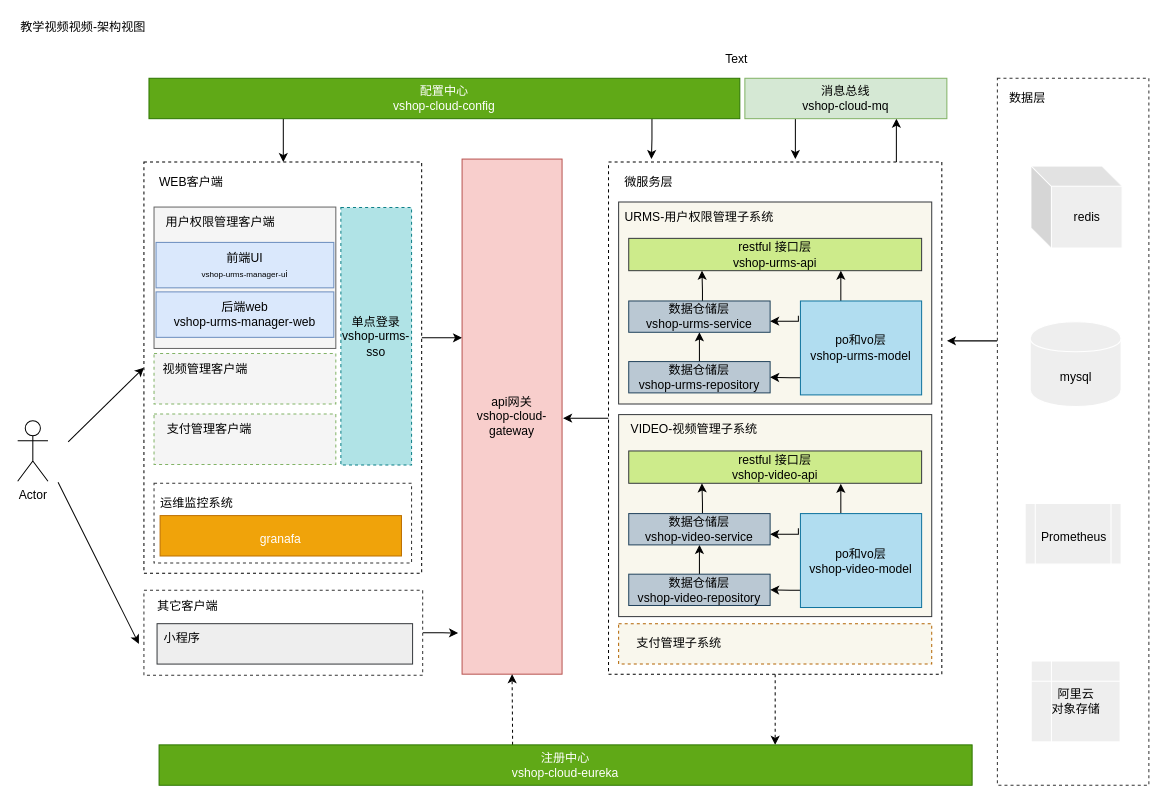
Above: urms-架构视图.drawio in qlshouyu/ShouYuURMS (draw.io), before the change. Source tidied: cells renumbered, new cells numbered last; positions are measured from the earlier drawing's top-left corner, leaving out a move shared by most shapes. Both pictures are drawn from the tidied source at 101%, with x=0, y=0 at pixel (17, 17).
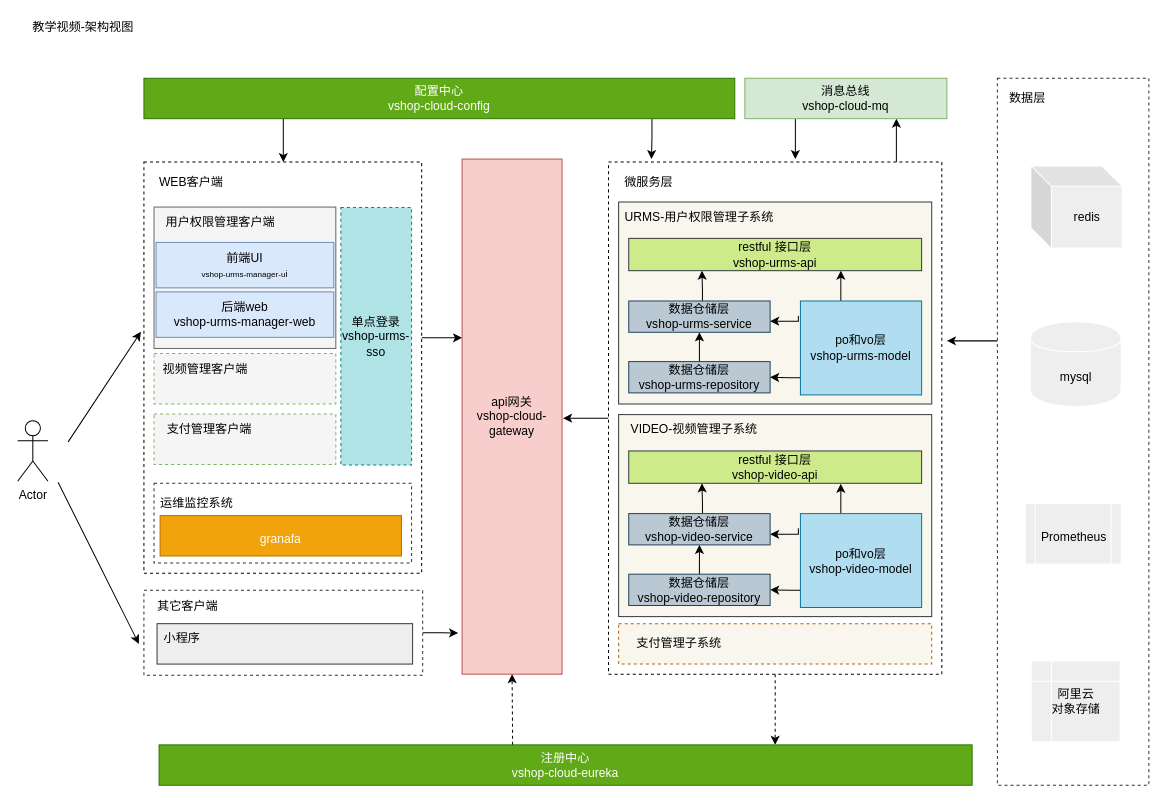
Above is the later version.

Unchanged cells that the change refers to:
```xml
<mxCell id="5" style="rounded=0;whiteSpace=wrap;html=1;dashed=1;" parent="1" vertex="1">
  <mxGeometry x="125" y="143" width="275" height="407" as="geometry" />
</mxCell>
```

The edit, as a diff of the source:
```diff
@@
-    <mxCell id="2" value="教学视频视频-架构视图" style="text;html=1;strokeColor=none;fillColor=none;align=center;verticalAlign=middle;whiteSpace=wrap;rounded=0;" parent="1" vertex="1">
+    <mxCell id="2" value="教学视频-架构视图" style="text;html=1;strokeColor=none;fillColor=none;align=center;verticalAlign=middle;whiteSpace=wrap;rounded=0;" parent="1" vertex="1">
       <mxGeometry width="130" height="20" as="geometry" />
     </mxCell>
@@
     <mxCell id="64" value="配置中心&lt;br&gt;vshop-cloud-config&lt;br&gt;" style="rounded=0;whiteSpace=wrap;html=1;strokeColor=#2D7600;fillColor=#60a917;fontColor=#ffffff;" parent="1" vertex="1">
-      <mxGeometry x="130" y="60" width="585" height="40" as="geometry" />
+      <mxGeometry x="125" y="60" width="585" height="40" as="geometry" />
     </mxCell>
-    <mxCell id="65" value="Text" style="text;html=1;align=left;verticalAlign=top;spacingTop=-4;" parent="1" vertex="1">
-      <mxGeometry x="699" y="31" width="40" height="20" as="geometry" />
-    </mxCell>
-    <mxCell id="66" style="endArrow=classic;html=1;entryX=0;entryY=0.5;entryDx=0;entryDy=0;" parent="1" edge="1" target="5">
+    <mxCell id="66" style="endArrow=classic;html=1;entryX=-0.011;entryY=0.413;entryDx=0;entryDy=0;entryPerimeter=0;" parent="1" edge="1" target="5">
       <mxGeometry relative="1" as="geometry">
         <mxPoint x="50" y="420" as="sourcePoint" />
       </mxGeometry>
     </mxCell>
```
